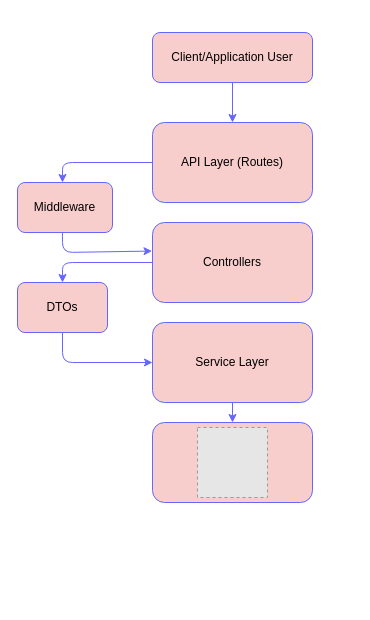
Above: design/diagram.drawio in YamtalDev/SecureBankApp (draw.io), before the change. Source tidied: cells renumbered, new cells numbered last; positions are measured from the earlier drawing's top-left corner, leaving out a move shared by most shapes. Both pictures are drawn from the tidied source at 100%, with x=0, y=0 at pixel (17, 32). Pictures stored in the file or linked from it are replaced by grey dashed boxes.
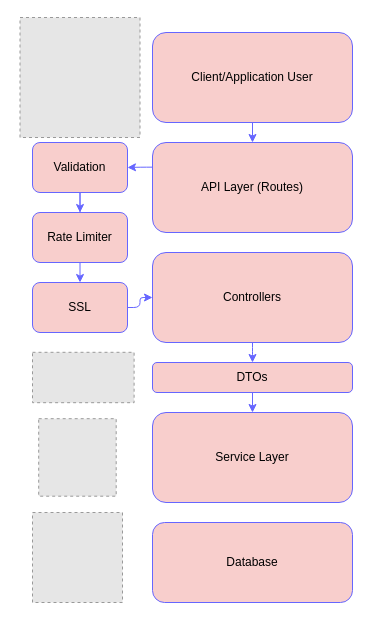
The same diagram, later.

The edit, as a diff of the source:
```diff
@@
     <mxCell id="2" value="Client/Application User" style="rounded=1;whiteSpace=wrap;html=1;strokeColor=#6666FF;fillColor=#f8cecc;fontColor=#000000;" parent="1" vertex="1">
-      <mxGeometry x="135" width="160" height="50" as="geometry" />
+      <mxGeometry x="135" width="200" height="90" as="geometry" />
     </mxCell>
     <mxCell id="3" value="API Layer (Routes)" style="rounded=1;whiteSpace=wrap;html=1;strokeColor=#6666FF;fillColor=#f8cecc;fontColor=#000000;" parent="1" vertex="1">
-      <mxGeometry x="135" y="90" width="160" height="80" as="geometry" />
+      <mxGeometry x="135" y="110" width="200" height="90" as="geometry" />
     </mxCell>
+    <mxCell id="16" style="edgeStyle=none;html=1;strokeColor=#6666FF;entryX=0.5;entryY=0;entryDx=0;entryDy=0;exitX=0.5;exitY=1;exitDx=0;exitDy=0;" parent="1" edge="1" source="4" target="6">
+      <mxGeometry relative="1" as="geometry">
+        <Array as="points">
+          <mxPoint x="235" y="320" />
+        </Array>
+      </mxGeometry>
+    </mxCell>
     <mxCell id="4" value="&lt;font color=&quot;#000000&quot;&gt;Controllers&lt;/font&gt;" style="rounded=1;whiteSpace=wrap;html=1;strokeColor=#6666FF;fillColor=#f8cecc;" parent="1" vertex="1">
-      <mxGeometry x="135" y="190" width="160" height="80" as="geometry" />
+      <mxGeometry x="135" y="220" width="200" height="90" as="geometry" />
     </mxCell>
     <mxCell id="5" value="Service Layer" style="rounded=1;whiteSpace=wrap;html=1;strokeColor=#6666FF;fillColor=#f8cecc;fontColor=#000000;" parent="1" vertex="1">
-      <mxGeometry x="135" y="290" width="160" height="80" as="geometry" />
+      <mxGeometry x="135" y="380" width="200" height="90" as="geometry" />
     </mxCell>
+    <mxCell id="17" style="edgeStyle=none;html=1;strokeColor=#6666FF;" parent="1" edge="1" source="6" target="5">
+      <mxGeometry relative="1" as="geometry" />
+    </mxCell>
     <mxCell id="6" value="DTOs" style="rounded=1;whiteSpace=wrap;html=1;strokeColor=#6666FF;fillColor=#f8cecc;fontColor=#000000;" parent="1" vertex="1">
-      <mxGeometry y="250" width="90" height="50" as="geometry" />
+      <mxGeometry x="135" y="330" width="200" height="30" as="geometry" />
     </mxCell>
-    <mxCell id="7" style="edgeStyle=none;html=1;entryX=-0.003;entryY=0.357;entryDx=0;entryDy=0;entryPerimeter=0;strokeColor=#6666FF;exitX=0.473;exitY=0.998;exitDx=0;exitDy=0;exitPerimeter=0;" parent="1" edge="1" source="8" target="4">
-      <mxGeometry relative="1" as="geometry">
-        <Array as="points">
-          <mxPoint x="45" y="220" />
-        </Array>
-      </mxGeometry>
-    </mxCell>
+    <mxCell id="18" style="edgeStyle=none;html=1;strokeColor=#6666FF;" parent="1" edge="1" source="8" target="20">
+      <mxGeometry relative="1" as="geometry" />
+    </mxCell>
+    <mxCell id="19" style="edgeStyle=none;html=1;strokeColor=#6666FF;" parent="1" edge="1" source="8" target="21">
+      <mxGeometry relative="1" as="geometry" />
+    </mxCell>
-    <mxCell id="8" value="Middleware" style="rounded=1;whiteSpace=wrap;html=1;strokeColor=#6666FF;fillColor=#f8cecc;fontColor=#000000;" parent="1" vertex="1">
-      <mxGeometry y="150" width="95" height="50" as="geometry" />
+    <mxCell id="8" value="Validation" style="rounded=1;whiteSpace=wrap;html=1;strokeColor=#6666FF;fillColor=#f8cecc;fontColor=#000000;" parent="1" vertex="1">
+      <mxGeometry x="15" y="110" width="95" height="50" as="geometry" />
     </mxCell>
-    <mxCell id="9" style="rounded=1;whiteSpace=wrap;html=1;strokeColor=#6666FF;fillColor=#f8cecc;fontColor=#000000;" parent="1" vertex="1">
-      <mxGeometry x="135" y="390" width="160" height="80" as="geometry" />
+    <mxCell id="9" value="Database" style="rounded=1;whiteSpace=wrap;html=1;strokeColor=#6666FF;fillColor=#f8cecc;fontColor=#000000;" parent="1" vertex="1">
+      <mxGeometry x="135" y="490" width="200" height="80" as="geometry" />
     </mxCell>
@@
-    <mxCell id="11" style="edgeStyle=orthogonalEdgeStyle;rounded=1;exitX=0.5;exitY=1;exitDx=0;exitDy=0;strokeColor=#6666FF;" parent="1" edge="1" source="6">
-      <mxGeometry relative="1" as="geometry">
-        <mxPoint x="135" y="330" as="targetPoint" />
-        <Array as="points">
-          <mxPoint x="45" y="330" />
-        </Array>
-      </mxGeometry>
-    </mxCell>
-    <mxCell id="12" style="edgeStyle=orthogonalEdgeStyle;rounded=1;exitX=0;exitY=0.5;exitDx=0;exitDy=0;entryX=0.5;entryY=0;entryDx=0;entryDy=0;strokeColor=#6666FF;" parent="1" edge="1" source="4" target="6">
-      <mxGeometry relative="1" as="geometry">
-        <Array as="points">
-          <mxPoint x="45" y="230" />
-        </Array>
-      </mxGeometry>
+    <mxCell id="12" style="edgeStyle=orthogonalEdgeStyle;rounded=1;strokeColor=#6666FF;exitX=1;exitY=0.5;exitDx=0;exitDy=0;entryX=0;entryY=0.5;entryDx=0;entryDy=0;" parent="1" edge="1" source="21" target="4">
+      <mxGeometry relative="1" as="geometry" />
     </mxCell>
-    <mxCell id="13" style="edgeStyle=orthogonalEdgeStyle;rounded=1;exitX=0.5;exitY=1;exitDx=0;exitDy=0;strokeColor=#6666FF;" parent="1" edge="1" source="5" target="9">
-      <mxGeometry relative="1" as="geometry">
-        <Array as="points">
-          <mxPoint x="215" y="390" />
-          <mxPoint x="215" y="390" />
-        </Array>
-      </mxGeometry>
-    </mxCell>
-    <mxCell id="14" style="edgeStyle=orthogonalEdgeStyle;rounded=1;exitX=0;exitY=0.5;exitDx=0;exitDy=0;strokeColor=#6666FF;" parent="1" edge="1" source="3" target="8">
-      <mxGeometry relative="1" as="geometry">
-        <Array as="points">
-          <mxPoint x="45" y="130" />
-        </Array>
-      </mxGeometry>
+    <mxCell id="14" style="edgeStyle=orthogonalEdgeStyle;rounded=1;strokeColor=#6666FF;exitX=0.001;exitY=0.274;exitDx=0;exitDy=0;exitPerimeter=0;" parent="1" edge="1" source="3" target="8">
+      <mxGeometry relative="1" as="geometry" />
     </mxCell>
     <mxCell id="15" style="fillColor=#E6E6E6;strokeColor=#999999;dashed=1;verticalLabelPosition=bottom;labelBackgroundColor=default;verticalAlign=top;" parent="1" vertex="1">
-      <mxGeometry x="180" y="395" width="70" height="70" as="geometry" />
+      <mxGeometry x="15" y="480" width="90" height="90" as="geometry" />
     </mxCell>
+    <mxCell id="20" value="Rate Limiter" style="rounded=1;whiteSpace=wrap;html=1;strokeColor=#6666FF;fillColor=#f8cecc;fontColor=#000000;" parent="1" vertex="1">
+      <mxGeometry x="15" y="180" width="95" height="50" as="geometry" />
+    </mxCell>
+    <mxCell id="21" value="SSL" style="rounded=1;whiteSpace=wrap;html=1;strokeColor=#6666FF;fillColor=#f8cecc;fontColor=#000000;" parent="1" vertex="1">
+      <mxGeometry x="15" y="250" width="95" height="50" as="geometry" />
+    </mxCell>
+    <mxCell id="22" style="fillColor=#E6E6E6;strokeColor=#999999;dashed=1;verticalLabelPosition=bottom;labelBackgroundColor=default;verticalAlign=top;" parent="1" vertex="1">
+      <mxGeometry x="15" y="319.8" width="101.6" height="50.4" as="geometry" />
+    </mxCell>
+    <mxCell id="23" style="fillColor=#E6E6E6;strokeColor=#999999;dashed=1;verticalLabelPosition=bottom;labelBackgroundColor=default;verticalAlign=top;" parent="1" vertex="1">
+      <mxGeometry x="21.2" y="386.2" width="77.5" height="77.5" as="geometry" />
+    </mxCell>
+    <mxCell id="24" style="fillColor=#E6E6E6;strokeColor=#999999;dashed=1;verticalLabelPosition=bottom;labelBackgroundColor=default;verticalAlign=top;" parent="1" vertex="1">
+      <mxGeometry x="2.5" y="-15" width="120" height="120" as="geometry" />
+    </mxCell>
```
